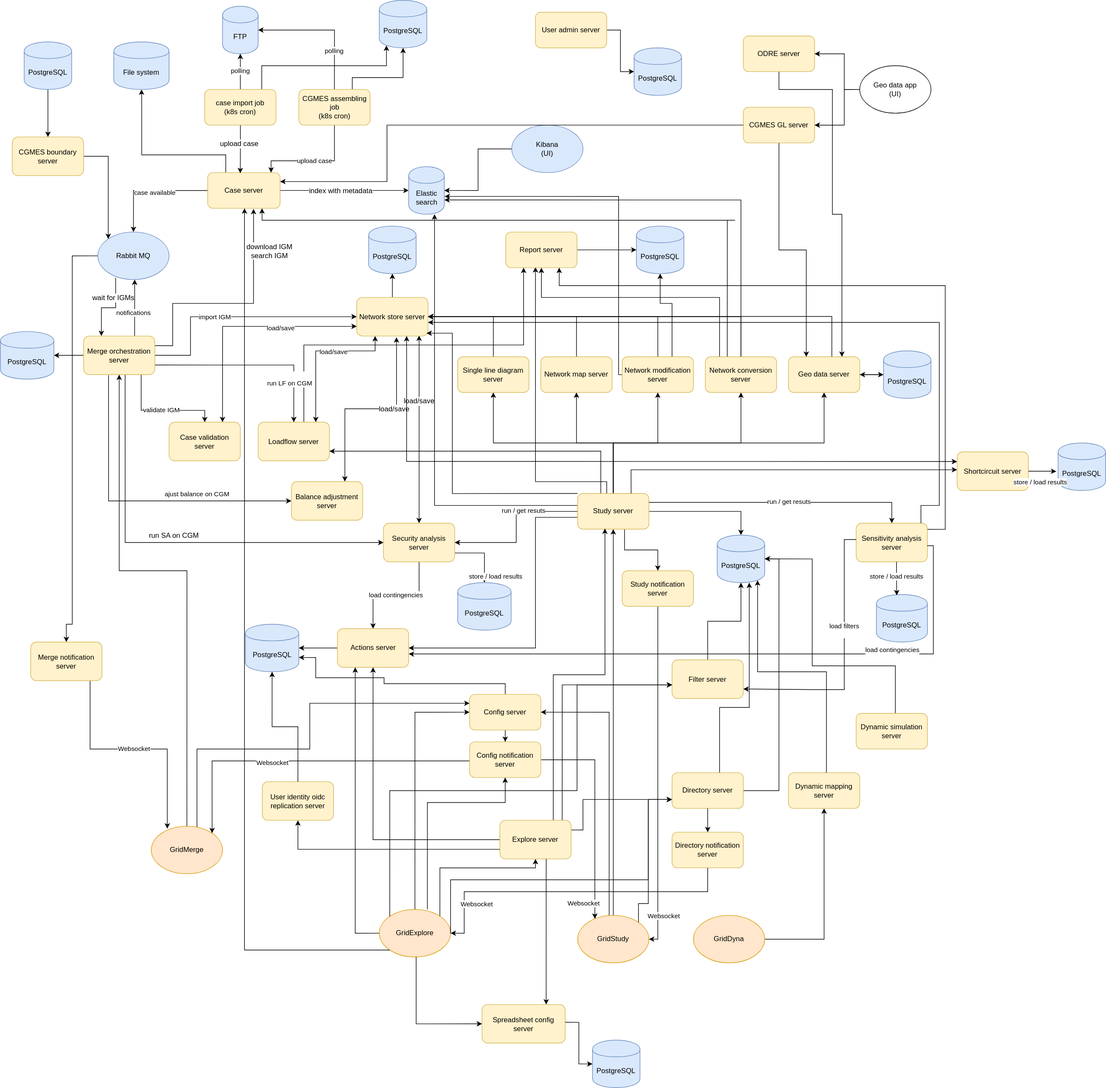
gridsuite/documentation keeps this draw.io diagram as diagrams/gridsuite_architecture.svg. Above is the earlier version. Source tidied: cells renumbered, new cells last; positions are measured from the earlier drawing's top-left corner, leaving out a move shared by most shapes.
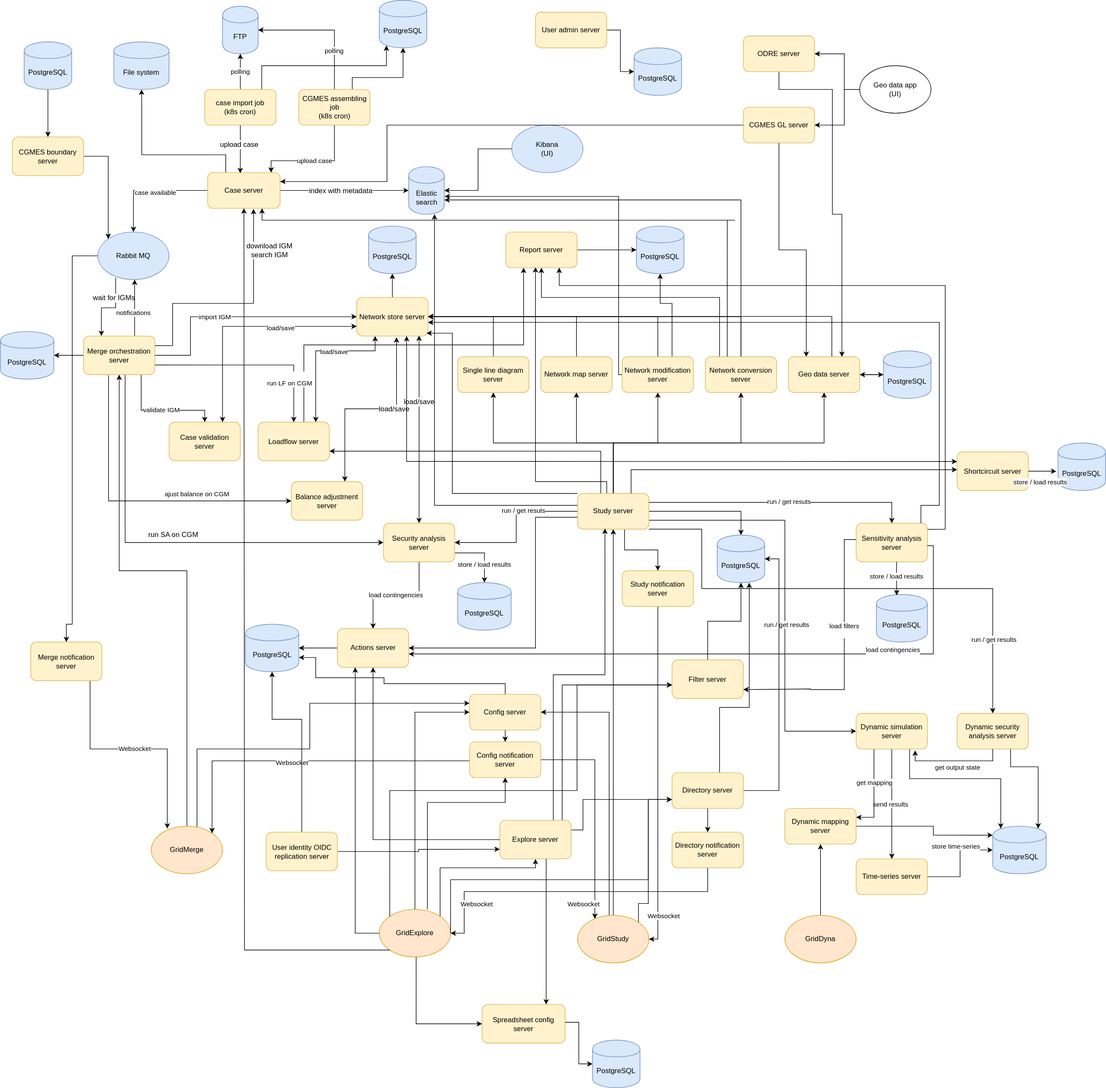
The same diagram one commit later.

Commit message:
Remove arrow in schema

The edit, as a diff of the source:
```diff
@@ -345,6 +345,31 @@
         </Array>
       </mxGeometry>
     </mxCell>
+    <mxCell id="188" style="edgeStyle=orthogonalEdgeStyle;rounded=0;jettySize=auto;html=1;exitX=1;exitY=0.75;exitDx=0;exitDy=0;entryX=0;entryY=0.5;entryDx=0;entryDy=0;" parent="1" edge="1" source="76" target="147">
+      <mxGeometry relative="1" as="geometry">
+        <Array as="points">
+          <mxPoint x="1321" y="875" />
+          <mxPoint x="1321" y="1230" />
+        </Array>
+      </mxGeometry>
+    </mxCell>
+    <mxCell id="189" value="&lt;div&gt;run / get results&lt;/div&gt;" style="edgeLabel;html=1;align=center;verticalAlign=middle;" parent="188" vertex="1">
+      <mxGeometry x="0.15" y="2" relative="1" as="geometry" />
+    </mxCell>
+    <mxCell id="190" style="edgeStyle=orthogonalEdgeStyle;rounded=0;jettySize=auto;html=1;exitX=1;exitY=1;exitDx=0;exitDy=0;entryX=0.5;entryY=0;entryDx=0;entryDy=0;" parent="1" edge="1" source="76" target="197">
+      <mxGeometry relative="1" as="geometry">
+        <Array as="points">
+          <mxPoint x="1181" y="890" />
+          <mxPoint x="1181" y="990" />
+          <mxPoint x="1671" y="990" />
+        </Array>
+      </mxGeometry>
+    </mxCell>
+    <mxCell id="191" value="&lt;div&gt;run / get results&lt;/div&gt;" style="edgeLabel;html=1;align=center;verticalAlign=middle;" parent="190" vertex="1">
+      <mxGeometry x="0.72" y="1" relative="1" as="geometry">
+        <mxPoint y="1" as="offset" />
+      </mxGeometry>
+    </mxCell>
     <mxCell id="76" value="Study server" style="rounded=1;whiteSpace=wrap;html=1;fillColor=#fff2cc;strokeColor=#d6b656;" parent="1" vertex="1">
       <mxGeometry x="972" y="830" width="120" height="60" as="geometry" />
     </mxCell>
@@ -604,23 +629,22 @@
     <mxCell id="131" value="Directory server" style="rounded=1;whiteSpace=wrap;html=1;fillColor=#fff2cc;strokeColor=#d6b656;" parent="1" vertex="1">
       <mxGeometry x="1131" y="1300" width="120" height="60" as="geometry" />
     </mxCell>
-    <mxCell id="132" style="edgeStyle=orthogonalEdgeStyle;rounded=0;jettySize=auto;html=1;entryX=0.85;entryY=0.95;entryDx=0;entryDy=0;entryPerimeter=0;exitX=0.5;exitY=0;exitDx=0;exitDy=0;" parent="1" edge="1" source="133" target="121">
+    <mxCell id="132" style="edgeStyle=orthogonalEdgeStyle;rounded=0;jettySize=auto;html=1;entryX=0;entryY=0.188;entryDx=0;entryDy=0;exitX=1;exitY=0.5;exitDx=0;exitDy=0;entryPerimeter=0;" parent="1" edge="1" source="133" target="201">
       <mxGeometry relative="1" as="geometry">
         <Array as="points">
-          <mxPoint x="1391" y="1300" />
-          <mxPoint x="1391" y="1130" />
-          <mxPoint x="1275" y="1130" />
+          <mxPoint x="1571" y="1390" />
+          <mxPoint x="1571" y="1405" />
         </Array>
       </mxGeometry>
     </mxCell>
     <mxCell id="133" value="Dynamic mapping server" style="rounded=1;whiteSpace=wrap;html=1;fillColor=#fff2cc;strokeColor=#d6b656;" parent="1" vertex="1">
-      <mxGeometry x="1327" y="1300" width="120" height="60" as="geometry" />
+      <mxGeometry x="1321" y="1360" width="120" height="60" as="geometry" />
     </mxCell>
     <mxCell id="134" style="edgeStyle=orthogonalEdgeStyle;rounded=0;jettySize=auto;html=1;" parent="1" edge="1" source="135" target="133">
       <mxGeometry relative="1" as="geometry" />
     </mxCell>
     <mxCell id="135" value="GridDyna" style="ellipse;whiteSpace=wrap;html=1;fillColor=#ffe6cc;strokeColor=#d79b00;" parent="1" vertex="1">
-      <mxGeometry x="1167" y="1540" width="120" height="80" as="geometry" />
+      <mxGeometry x="1321" y="1540" width="120" height="80" as="geometry" />
     </mxCell>
     <mxCell id="136" style="edgeStyle=orthogonalEdgeStyle;rounded=0;jettySize=auto;html=1;entryX=1;entryY=0;entryDx=0;entryDy=0;exitX=0;exitY=0.5;exitDx=0;exitDy=0;" parent="1" edge="1" source="140" target="104">
       <mxGeometry relative="1" as="geometry">
@@ -632,7 +656,7 @@
     </mxCell>
     <mxCell id="137" value="Websocket" style="edgeLabel;html=1;align=center;verticalAlign=middle;" parent="136" vertex="1">
       <mxGeometry x="-0.25" y="2" relative="1" as="geometry">
-        <mxPoint x="-126" as="offset" />
+        <mxPoint x="-93" as="offset" />
       </mxGeometry>
     </mxCell>
     <mxCell id="138" style="edgeStyle=orthogonalEdgeStyle;rounded=0;jettySize=auto;html=1;" parent="1" edge="1" source="140" target="110">
@@ -675,15 +699,33 @@
     <mxCell id="145" value="&lt;div&gt;Explore server&lt;/div&gt;" style="rounded=1;whiteSpace=wrap;html=1;fillColor=#fff2cc;strokeColor=#d6b656;" parent="1" vertex="1">
       <mxGeometry x="841" y="1380" width="120" height="65" as="geometry" />
     </mxCell>
-    <mxCell id="146" style="edgeStyle=orthogonalEdgeStyle;rounded=0;jettySize=auto;html=1;entryX=1;entryY=0.5;entryDx=0;entryDy=0;" parent="1" edge="1" source="147" target="121">
+    <mxCell id="146" style="edgeStyle=orthogonalEdgeStyle;rounded=0;jettySize=auto;html=1;entryX=0.15;entryY=0.05;entryDx=0;entryDy=0;entryPerimeter=0;exitX=0.75;exitY=1;exitDx=0;exitDy=0;" parent="1" edge="1" source="147" target="201">
       <mxGeometry relative="1" as="geometry">
         <Array as="points">
-          <mxPoint x="1507" y="1120" />
-          <mxPoint x="1367" y="1120" />
-          <mxPoint x="1367" y="940" />
+          <mxPoint x="1531" y="1310" />
+          <mxPoint x="1684" y="1310" />
         </Array>
       </mxGeometry>
     </mxCell>
+    <mxCell id="192" style="edgeStyle=orthogonalEdgeStyle;rounded=0;jettySize=auto;html=1;exitX=0.5;exitY=1;exitDx=0;exitDy=0;entryX=0.5;entryY=0;entryDx=0;entryDy=0;" parent="1" edge="1" source="147" target="200">
+      <mxGeometry relative="1" as="geometry">
+        <Array as="points">
+          <mxPoint x="1501" y="1430" />
+          <mxPoint x="1501" y="1430" />
+        </Array>
+      </mxGeometry>
+    </mxCell>
+    <mxCell id="193" value="send results" style="edgeLabel;html=1;align=center;verticalAlign=middle;" parent="192" vertex="1">
+      <mxGeometry x="0.14" y="-4" relative="1" as="geometry">
+        <mxPoint x="1" y="-14" as="offset" />
+      </mxGeometry>
+    </mxCell>
+    <mxCell id="194" style="edgeStyle=orthogonalEdgeStyle;rounded=0;jettySize=auto;html=1;exitX=0.25;exitY=1;exitDx=0;exitDy=0;entryX=1;entryY=0.25;entryDx=0;entryDy=0;" parent="1" edge="1" source="147" target="133">
+      <mxGeometry relative="1" as="geometry" />
+    </mxCell>
+    <mxCell id="195" value="&lt;div&gt;get mapping&lt;/div&gt;" style="edgeLabel;html=1;align=center;verticalAlign=middle;" parent="194" vertex="1">
+      <mxGeometry x="-0.23" relative="1" as="geometry" />
+    </mxCell>
     <mxCell id="147" value="Dynamic simulation server" style="rounded=1;whiteSpace=wrap;html=1;fillColor=#fff2cc;strokeColor=#d6b656;" parent="1" vertex="1">
       <mxGeometry x="1441" y="1200" width="120" height="60" as="geometry" />
     </mxCell>
@@ -913,14 +955,57 @@
         </Array>
       </mxGeometry>
     </mxCell>
-    <mxCell id="185" value="&lt;div&gt;User identity oidc replication server&lt;/div&gt;" style="rounded=1;whiteSpace=wrap;html=1;fillColor=#fff2cc;strokeColor=#d6b656;" parent="1" vertex="1">
-      <mxGeometry x="441" y="1315" width="120" height="65" as="geometry" />
-    </mxCell>
-    <mxCell id="186" style="edgeStyle=orthogonalEdgeStyle;rounded=0;jettySize=auto;html=1;entryX=0.5;entryY=1;entryDx=0;entryDy=0;exitX=0;exitY=0.75;exitDx=0;exitDy=0;" parent="1" edge="1" source="145" target="185">
-      <mxGeometry relative="1" as="geometry" />
-    </mxCell>
-    <mxCell id="187" style="edgeStyle=orthogonalEdgeStyle;rounded=0;jettySize=auto;html=1;exitX=0.5;exitY=0;exitDx=0;exitDy=0;entryX=0.5;entryY=1;entryDx=0;entryDy=0;" parent="1" edge="1" source="185" target="51">
-      <mxGeometry relative="1" as="geometry" />
-    </mxCell>
+    <mxCell id="196" style="edgeStyle=orthogonalEdgeStyle;rounded=0;jettySize=auto;html=1;entryX=0.85;entryY=0.05;entryDx=0;entryDy=0;entryPerimeter=0;exitX=0.75;exitY=1;exitDx=0;exitDy=0;" parent="1" edge="1" source="197" target="201">
+      <mxGeometry relative="1" as="geometry">
+        <Array as="points">
+          <mxPoint x="1701" y="1290" />
+          <mxPoint x="1748" y="1290" />
+        </Array>
+      </mxGeometry>
+    </mxCell>
+    <mxCell id="197" value="&lt;div&gt;Dynamic security analysis server&lt;/div&gt;" style="rounded=1;whiteSpace=wrap;html=1;fillColor=#fff2cc;strokeColor=#d6b656;" parent="1" vertex="1">
+      <mxGeometry x="1611" y="1200" width="120" height="60" as="geometry" />
+    </mxCell>
+    <mxCell id="198" style="edgeStyle=orthogonalEdgeStyle;rounded=0;jettySize=auto;html=1;exitX=1;exitY=0.5;exitDx=0;exitDy=0;" parent="1" edge="1" source="200" target="201">
+      <mxGeometry relative="1" as="geometry" />
+    </mxCell>
+    <mxCell id="199" value="&lt;div&gt;store time-series&lt;/div&gt;" style="edgeLabel;html=1;align=center;verticalAlign=middle;" parent="198" vertex="1">
+      <mxGeometry x="0.22" y="-2" relative="1" as="geometry">
+        <mxPoint x="-10" y="-12" as="offset" />
+      </mxGeometry>
+    </mxCell>
+    <mxCell id="200" value="&lt;div&gt;Time-series server&lt;/div&gt;" style="rounded=1;whiteSpace=wrap;html=1;fillColor=#fff2cc;strokeColor=#d6b656;" parent="1" vertex="1">
+      <mxGeometry x="1441" y="1445" width="120" height="60" as="geometry" />
+    </mxCell>
+    <mxCell id="201" value="PostgreSQL" style="shape=cylinder;whiteSpace=wrap;html=1;boundedLbl=1;backgroundOutline=1;fillColor=#dae8fc;strokeColor=#6c8ebf;" parent="1" vertex="1">
+      <mxGeometry x="1671" y="1390" width="90" height="80" as="geometry" />
+    </mxCell>
+    <mxCell id="202" style="edgeStyle=orthogonalEdgeStyle;rounded=0;jettySize=auto;html=1;exitX=0.5;exitY=1;exitDx=0;exitDy=0;entryX=0.828;entryY=1.039;entryDx=0;entryDy=0;entryPerimeter=0;" parent="1" edge="1" source="197" target="147">
+      <mxGeometry relative="1" as="geometry">
+        <Array as="points">
+          <mxPoint x="1671" y="1280" />
+          <mxPoint x="1540" y="1280" />
+        </Array>
+      </mxGeometry>
+    </mxCell>
+    <mxCell id="203" value="&lt;div&gt;get output state &lt;br&gt;&lt;/div&gt;" style="edgeLabel;html=1;align=center;verticalAlign=middle;" parent="202" vertex="1">
+      <mxGeometry x="-0.29" y="-2" relative="1" as="geometry">
+        <mxPoint x="-20" y="12" as="offset" />
+      </mxGeometry>
+    </mxCell>
+    <mxCell id="204" style="edgeStyle=orthogonalEdgeStyle;rounded=0;jettySize=auto;html=1;exitX=0.5;exitY=0;exitDx=0;exitDy=0;entryX=0.5;entryY=1;entryDx=0;entryDy=0;" parent="1" edge="1" source="206" target="51">
+      <mxGeometry relative="1" as="geometry">
+        <Array as="points">
+          <mxPoint x="508" y="1210" />
+          <mxPoint x="458" y="1210" />
+        </Array>
+      </mxGeometry>
+    </mxCell>
+    <mxCell id="205" style="edgeStyle=orthogonalEdgeStyle;rounded=0;jettySize=auto;html=1;exitX=1;exitY=0.5;exitDx=0;exitDy=0;entryX=0;entryY=0.75;entryDx=0;entryDy=0;" parent="1" edge="1" source="206" target="145">
+      <mxGeometry relative="1" as="geometry" />
+    </mxCell>
+    <mxCell id="206" value="User identity OIDC replication server" style="rounded=1;whiteSpace=wrap;html=1;fillColor=#fff2cc;strokeColor=#d6b656;" parent="1" vertex="1">
+      <mxGeometry x="447.5" y="1400" width="120" height="65" as="geometry" />
+    </mxCell>
   </root>
 </mxGraphModel>
```
